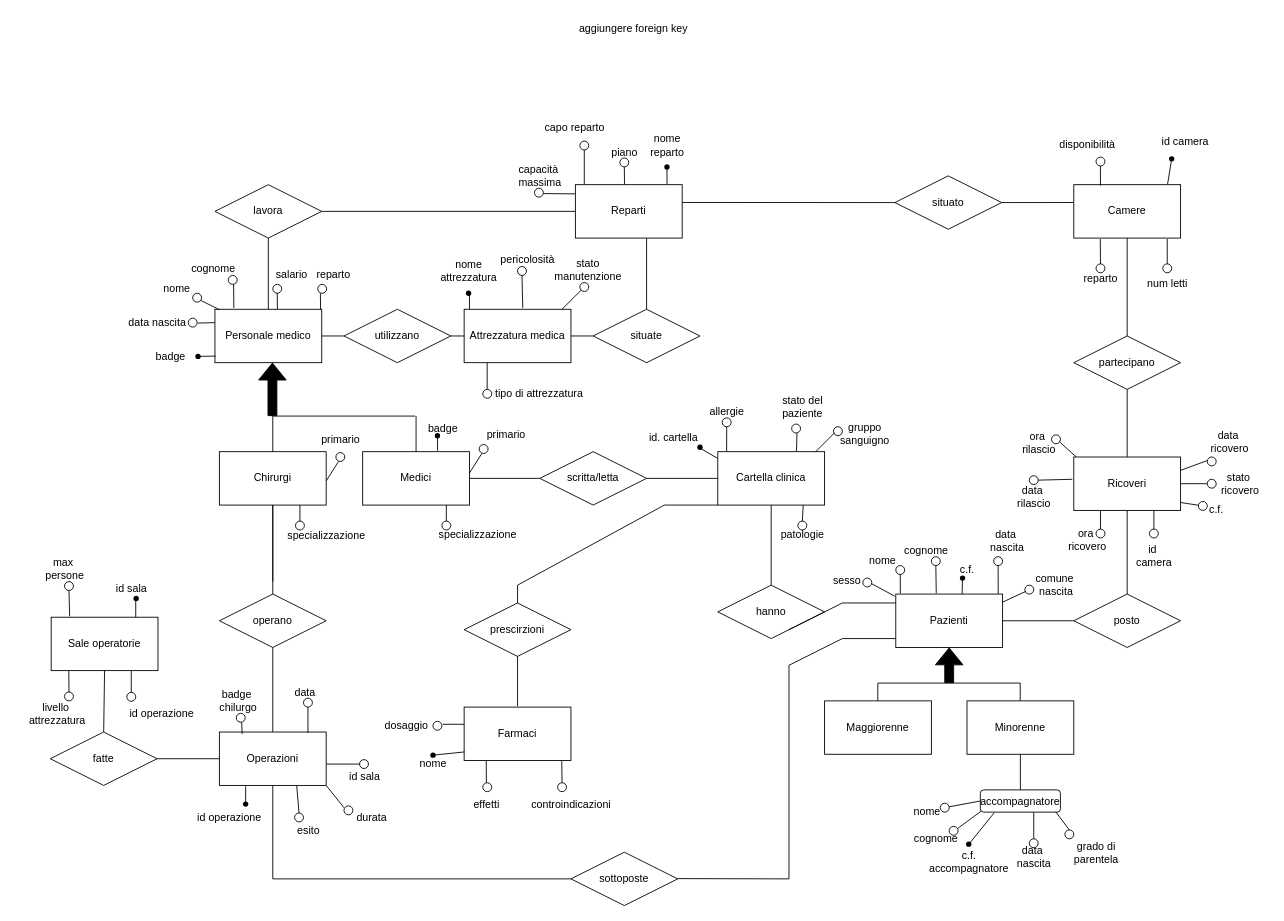
MicheleDioli/UniPD-database-project-2024 keeps this draw.io diagram as ER-conc2.drawio. Above is the earlier version. Source tidied: cells renumbered, new cells numbered last; positions are measured from the earlier drawing's top-left corner, leaving out a move shared by most shapes. Both pictures are drawn from the tidied source at 89%, with x=0, y=0 at pixel (15, 15).
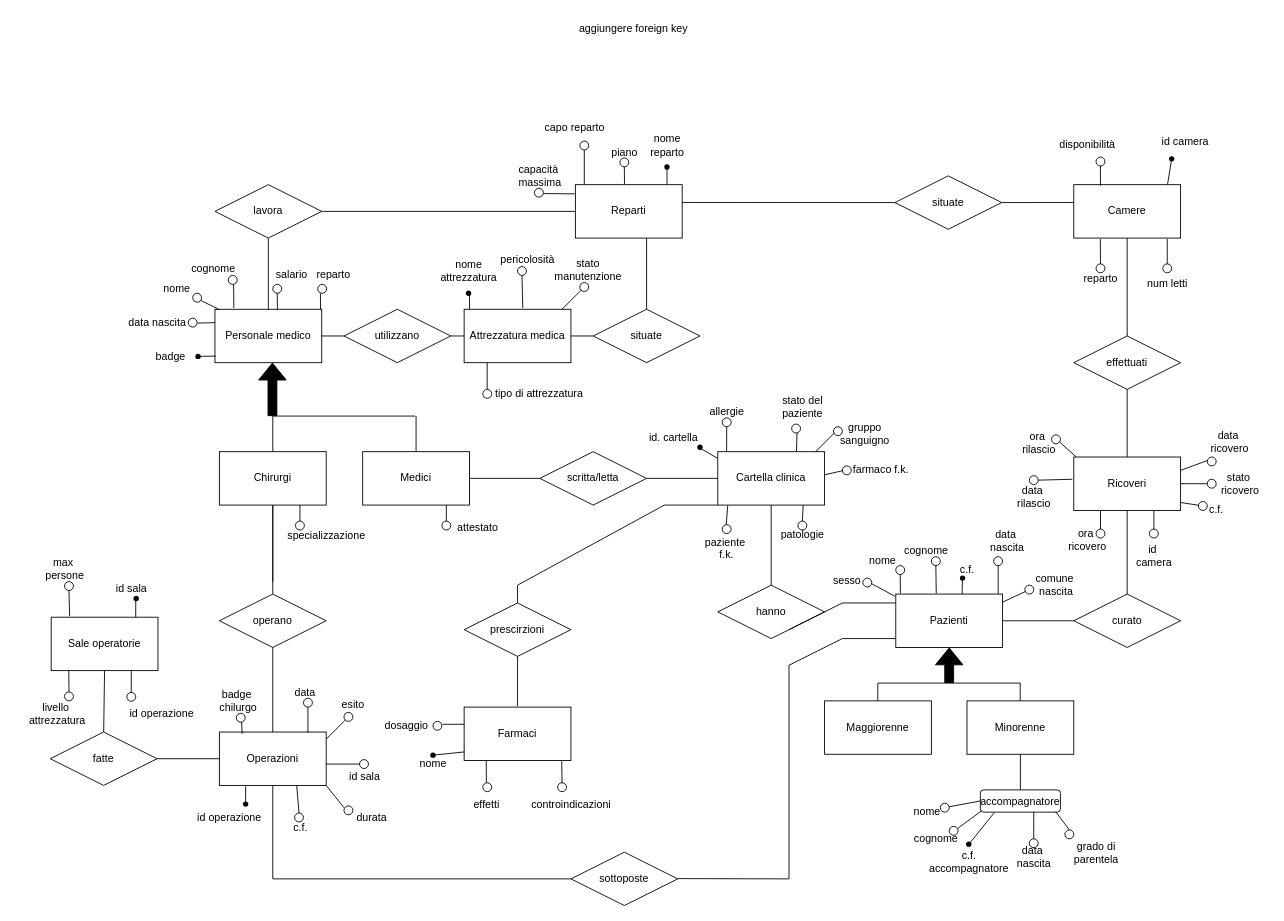
The same diagram, later.

Unchanged cells that the change refers to:
```xml
<mxCell id="13" value="Cartella clinica" style="rounded=0;whiteSpace=wrap;html=1;" parent="1" vertex="1">
  <mxGeometry x="789" y="490" width="120" height="60" as="geometry" />
</mxCell>
```

The edit, as a diff of the source:
```diff
@@
-    <mxCell id="23" value="posto" style="shape=rhombus;perimeter=rhombusPerimeter;whiteSpace=wrap;html=1;align=center;" parent="1" vertex="1">
+    <mxCell id="23" value="curato" style="shape=rhombus;perimeter=rhombusPerimeter;whiteSpace=wrap;html=1;align=center;" parent="1" vertex="1">
       <mxGeometry x="1189" y="650" width="120" height="60" as="geometry" />
     </mxCell>
@@
-    <mxCell id="26" value="situato" style="shape=rhombus;perimeter=rhombusPerimeter;whiteSpace=wrap;html=1;align=center;" parent="1" vertex="1">
+    <mxCell id="26" value="situate" style="shape=rhombus;perimeter=rhombusPerimeter;whiteSpace=wrap;html=1;align=center;" parent="1" vertex="1">
       <mxGeometry x="988" y="180.1" width="120" height="60" as="geometry" />
     </mxCell>
@@
-    <mxCell id="60" value="primario" style="text;html=1;align=center;verticalAlign=middle;strokeColor=none;fillColor=none;" parent="1" vertex="1">
-      <mxGeometry x="515.9" y="456" width="70" height="30" as="geometry" />
-    </mxCell>
@@
-    <mxCell id="77" style="ellipse;whiteSpace=wrap;html=1;" parent="1" vertex="1">
-      <mxGeometry x="520.9" y="482" width="10" height="10" as="geometry" />
-    </mxCell>
@@
-    <mxCell id="83" style="endArrow=none;html=1;rounded=0;exitX=0.951;exitY=-0.001;exitDx=0;exitDy=0;exitPerimeter=0;" parent="1" edge="1">
-      <mxGeometry relative="1" as="geometry">
-        <mxPoint x="510" y="514" as="sourcePoint" />
-        <mxPoint x="523.9" y="492" as="targetPoint" />
-      </mxGeometry>
-    </mxCell>
@@
     <mxCell id="168" value="esito" style="text;html=1;align=center;verticalAlign=middle;strokeColor=none;fillColor=none;" parent="1" vertex="1">
-      <mxGeometry x="303.5" y="901" width="50" height="30" as="geometry" />
+      <mxGeometry x="354" y="760" width="50" height="30" as="geometry" />
     </mxCell>
@@
-    <mxCell id="196" value="specializzazione" style="text;html=1;align=center;verticalAlign=middle;strokeColor=none;fillColor=none;" parent="1" vertex="1">
-      <mxGeometry x="464" y="568" width="110" height="30" as="geometry" />
+    <mxCell id="196" value="attestato&lt;div&gt;&lt;br&gt;&lt;/div&gt;" style="text;html=1;align=center;verticalAlign=middle;strokeColor=none;fillColor=none;" parent="1" vertex="1">
+      <mxGeometry x="484" y="563" width="70" height="40" as="geometry" />
     </mxCell>
@@
-    <mxCell id="202" value="primario" style="text;html=1;align=center;verticalAlign=middle;strokeColor=none;fillColor=none;" parent="1" vertex="1">
-      <mxGeometry x="329.9" y="462" width="70" height="30" as="geometry" />
-    </mxCell>
-    <mxCell id="203" style="ellipse;whiteSpace=wrap;html=1;" parent="1" vertex="1">
-      <mxGeometry x="359.9" y="491" width="10" height="10" as="geometry" />
-    </mxCell>
-    <mxCell id="204" style="endArrow=none;html=1;rounded=0;exitX=0.951;exitY=-0.001;exitDx=0;exitDy=0;exitPerimeter=0;" parent="1" edge="1">
-      <mxGeometry relative="1" as="geometry">
-        <mxPoint x="349" y="522.9" as="sourcePoint" />
-        <mxPoint x="362.9" y="501" as="targetPoint" />
-      </mxGeometry>
-    </mxCell>
@@
-    <mxCell id="229" value="partecipano" style="shape=rhombus;perimeter=rhombusPerimeter;whiteSpace=wrap;html=1;align=center;" parent="1" vertex="1">
+    <mxCell id="229" value="effettuati" style="shape=rhombus;perimeter=rhombusPerimeter;whiteSpace=wrap;html=1;align=center;" parent="1" vertex="1">
       <mxGeometry x="1189" y="360" width="120" height="60" as="geometry" />
     </mxCell>
@@
-    <mxCell id="236" style="endArrow=none;html=1;rounded=0;exitX=0.585;exitY=-0.001;exitDx=0;exitDy=0;exitPerimeter=0;" parent="1" edge="1">
-      <mxGeometry relative="1" as="geometry">
-        <mxPoint x="474.2" y="489" as="sourcePoint" />
-        <mxPoint x="474" y="471" as="targetPoint" />
-      </mxGeometry>
-    </mxCell>
-    <mxCell id="237" value="badge" style="text;html=1;align=center;verticalAlign=middle;strokeColor=none;fillColor=none;" parent="1" vertex="1">
-      <mxGeometry x="450" y="449" width="60" height="30" as="geometry" />
-    </mxCell>
-    <mxCell id="238" style="shape=waypoint;sketch=0;fillStyle=solid;size=6;fillColor=none;perimeter=centerPerimeter;" parent="1" vertex="1">
-      <mxGeometry x="464" y="462" width="20" height="20" as="geometry" />
-    </mxCell>
@@
+    <mxCell id="255" style="ellipse;whiteSpace=wrap;html=1;" parent="1" vertex="1">
+      <mxGeometry x="929" y="506" width="10" height="10" as="geometry" />
+    </mxCell>
+    <mxCell id="256" value="farmaco f.k." style="text;html=1;align=center;verticalAlign=middle;points=[];strokeColor=none;fillColor=none;" parent="1" vertex="1">
+      <mxGeometry x="927" y="495" width="90" height="30" as="geometry" />
+    </mxCell>
+    <mxCell id="257" style="endArrow=none;html=1;rounded=0;entryX=0.027;entryY=0.545;entryDx=0;entryDy=0;entryPerimeter=0;" parent="1" edge="1" target="256">
+      <mxGeometry relative="1" as="geometry">
+        <mxPoint x="909" y="516" as="sourcePoint" />
+      </mxGeometry>
+    </mxCell>
+    <mxCell id="258" value="c.f." style="text;html=1;align=center;verticalAlign=middle;strokeColor=none;fillColor=none;" parent="1" vertex="1">
+      <mxGeometry x="299.5" y="898" width="40" height="30" as="geometry" />
+    </mxCell>
+    <mxCell id="259" style="ellipse;whiteSpace=wrap;html=1;" parent="1" vertex="1">
+      <mxGeometry x="369" y="783" width="10" height="10" as="geometry" />
+    </mxCell>
+    <mxCell id="260" style="endArrow=none;html=1;entryX=1;entryY=1;entryDx=0;entryDy=0;startArrow=none;exitX=0;exitY=1;exitDx=0;exitDy=0;" parent="1" edge="1" source="259">
+      <mxGeometry relative="1" as="geometry">
+        <mxPoint x="349" y="813" as="targetPoint" />
+      </mxGeometry>
+    </mxCell>
+    <mxCell id="261" value="paziente&lt;div&gt;&amp;nbsp;f.k.&lt;div&gt;&lt;br&gt;&lt;/div&gt;&lt;/div&gt;" style="text;html=1;align=center;verticalAlign=middle;strokeColor=none;fillColor=none;" parent="1" vertex="1">
+      <mxGeometry x="762" y="576" width="70" height="60" as="geometry" />
+    </mxCell>
+    <mxCell id="262" style="ellipse;whiteSpace=wrap;html=1;" parent="1" vertex="1">
+      <mxGeometry x="794" y="572" width="10" height="10" as="geometry" />
+    </mxCell>
+    <mxCell id="263" style="endArrow=none;html=1;rounded=0;exitX=0.5;exitY=0;exitDx=0;exitDy=0;entryX=0.093;entryY=1.009;entryDx=0;entryDy=0;entryPerimeter=0;" parent="1" edge="1" target="13">
+      <mxGeometry relative="1" as="geometry">
+        <mxPoint x="798.5" y="572" as="sourcePoint" />
+      </mxGeometry>
+    </mxCell>
```
